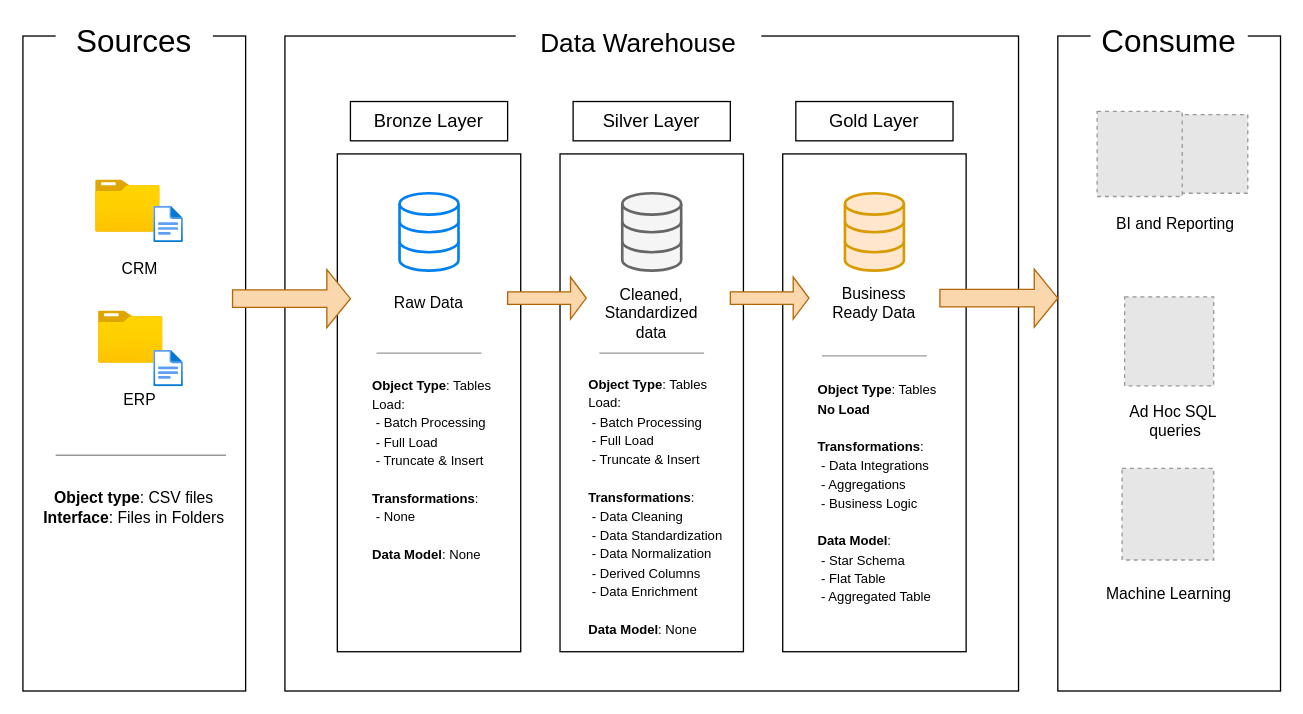
The draw.io diagram architecture.drawio in Sidhant-1299/SQL-Warehouse-Project, before the edit. Source tidied: cells renumbered, new cells numbered last; positions are measured from the earlier drawing's top-left corner, leaving out a move shared by most shapes. Both pictures are drawn from the tidied source at 131%, with x=0, y=0 at pixel (22, 22). Pictures stored in the file or linked from it are replaced by grey dashed boxes.
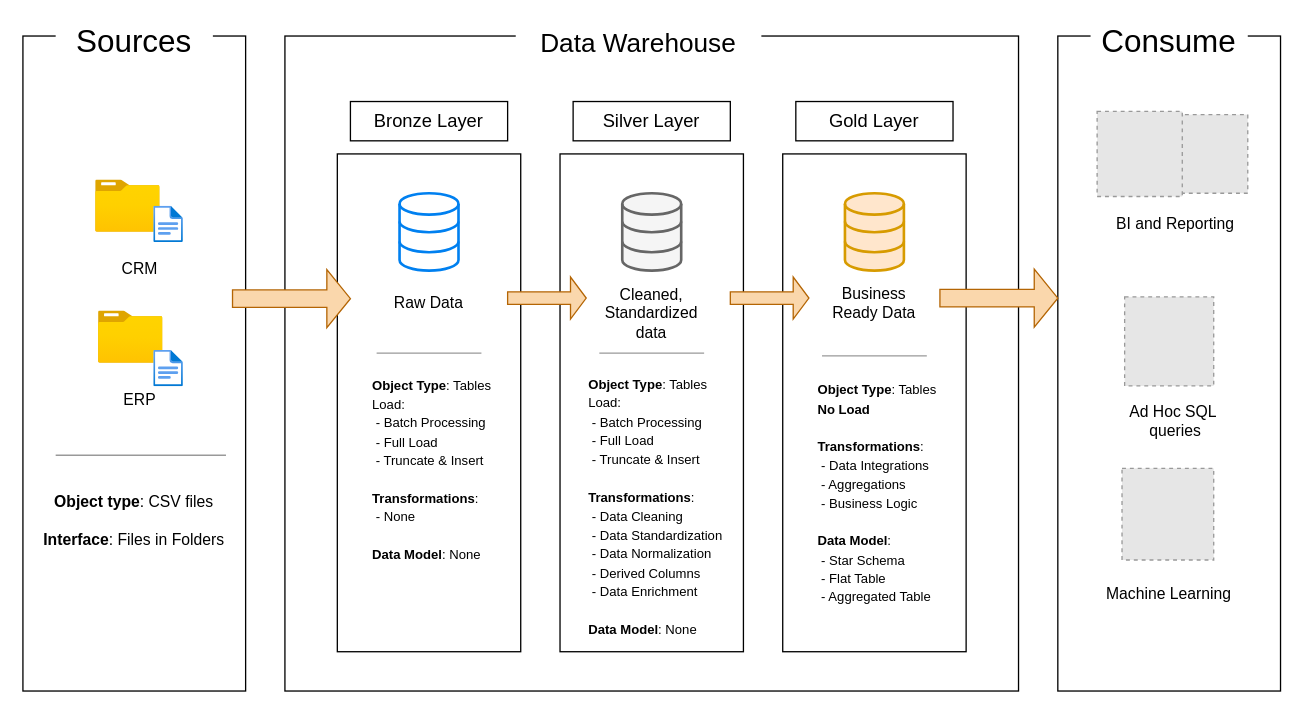
Above is the later version.

Change to the diagram source:
```diff
@@
-    <mxCell id="19" value="&lt;b&gt;Object type&lt;/b&gt;: CSV files&lt;div&gt;&lt;b&gt;Interface&lt;/b&gt;: Files in Folders&lt;/div&gt;" style="rounded=0;whiteSpace=wrap;html=1;fillColor=none;strokeColor=none;" parent="1" vertex="1">
-      <mxGeometry x="10" y="340" width="150" height="60" as="geometry" />
+    <mxCell id="19" value="&lt;b&gt;Object type&lt;/b&gt;: CSV files&lt;div&gt;&lt;font color=&quot;#ffffff&quot;&gt;&lt;br&gt;&lt;/font&gt;&lt;div&gt;&lt;b&gt;Interface&lt;/b&gt;: Files in Folders&lt;/div&gt;&lt;/div&gt;" style="rounded=0;whiteSpace=wrap;html=1;fillColor=none;strokeColor=none;" parent="1" vertex="1">
+      <mxGeometry x="10" y="350" width="150" height="60" as="geometry" />
     </mxCell>
```
